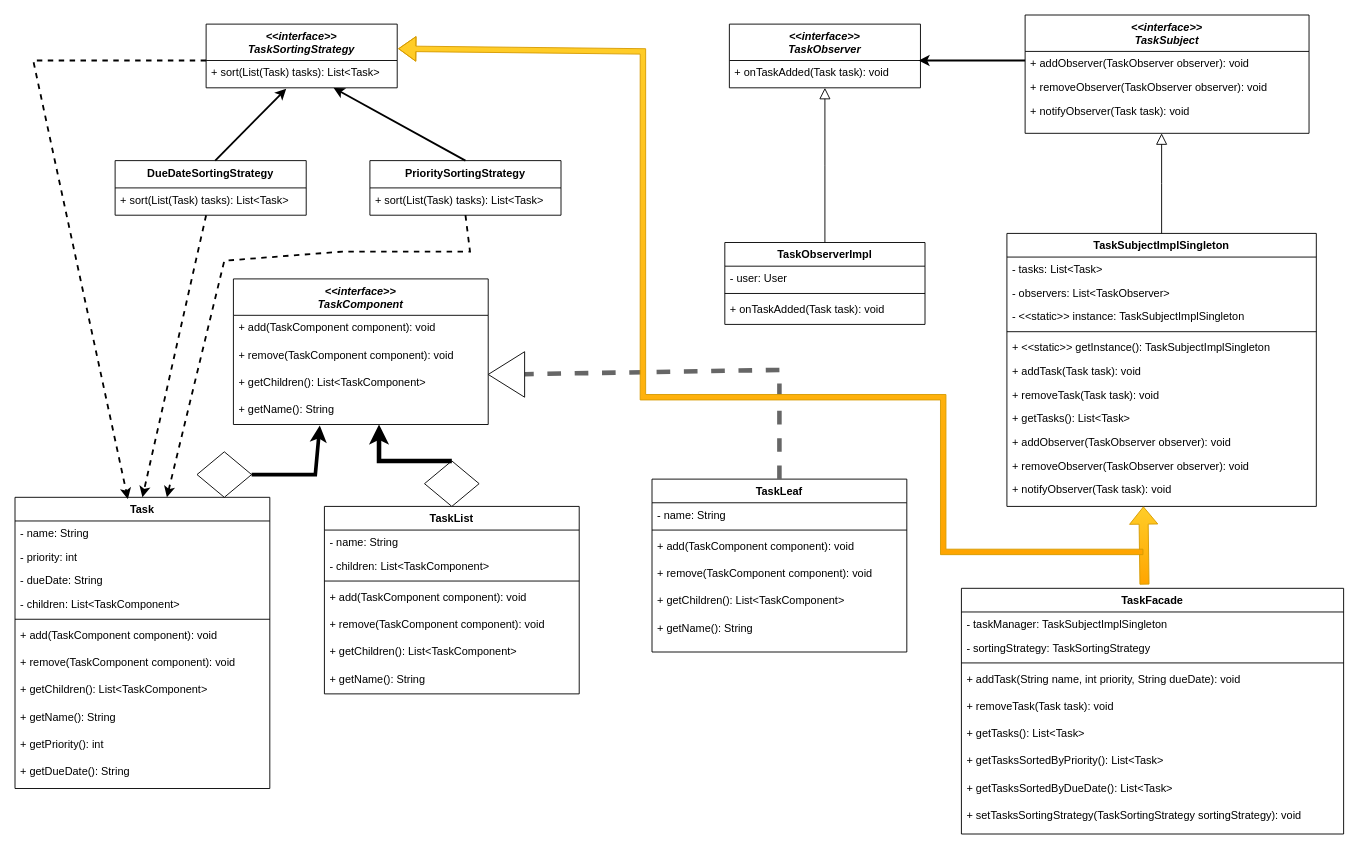
The draw.io diagram Padroes de Projeto/Combining Patterns/UML/Patterns.drawio in SoSoJigsaw/bertoti, before the edit. Source tidied: cells renumbered, new cells numbered last; positions are measured from the earlier drawing's top-left corner, leaving out a move shared by most shapes. Both pictures are drawn from the tidied source at 91%, with x=0, y=0 at pixel (15, 15).
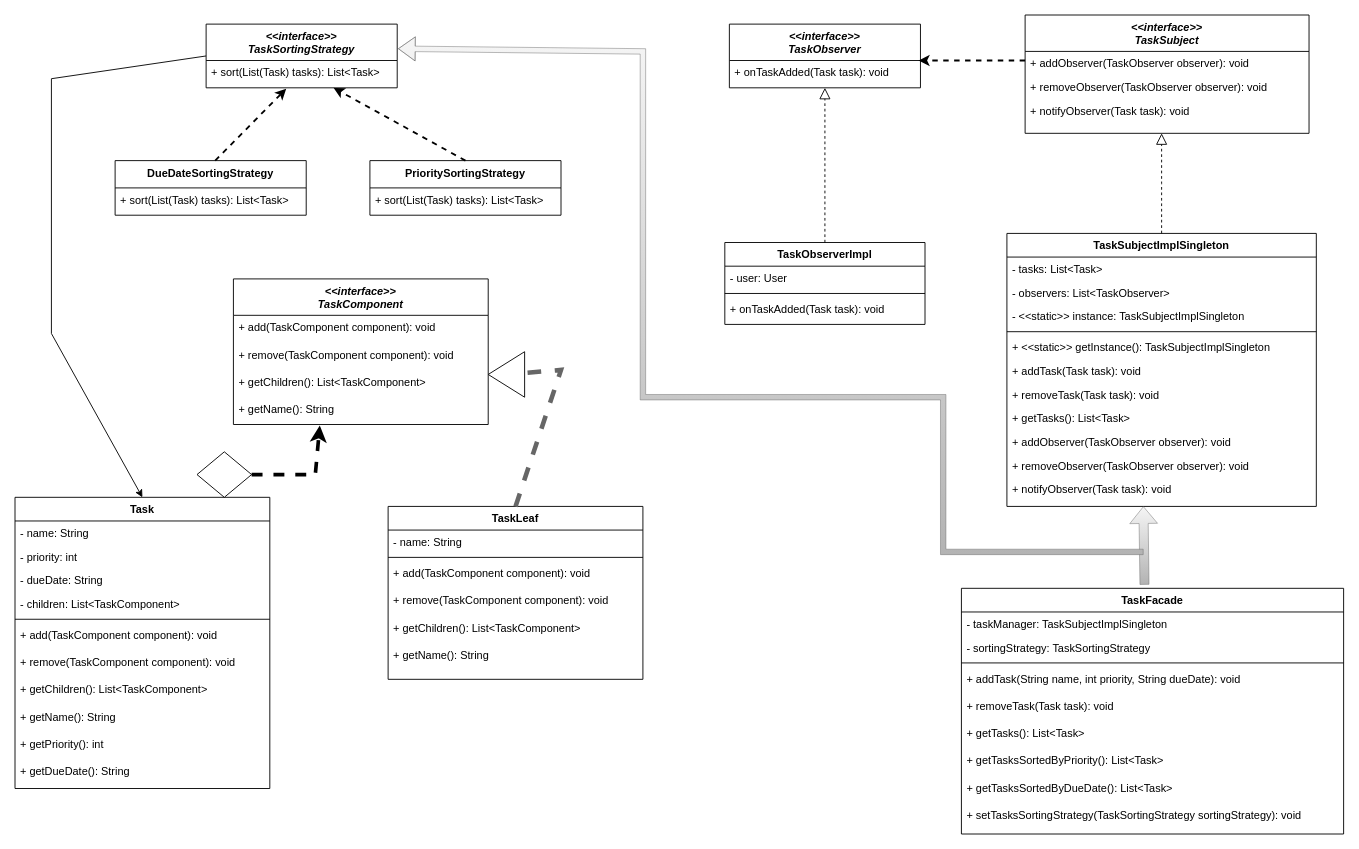
Above is the later version.

The change refers to these unchanged cells:
```xml
<mxCell id="2" value="&lt;&lt;interface&gt;&gt;&#10;TaskObserver&#10;" style="swimlane;fontStyle=3;align=center;verticalAlign=top;horizontal=1;startSize=40;rounded=0;shadow=0;strokeWidth=1;" parent="1" vertex="1">
  <mxGeometry x="785" y="10" width="210" height="70" as="geometry" />
</mxCell>
<mxCell id="3" value="+ onTaskAdded(Task task): void" style="text;align=left;verticalAlign=top;spacingLeft=4;spacingRight=4;overflow=hidden;points=[[0,0.5],[1,0.5]];portConstraint=eastwest;" parent="2" vertex="1">
  <mxGeometry y="40" width="210" height="26" as="geometry" />
</mxCell>
<mxCell id="4" value="TaskObserverImpl" style="swimlane;fontStyle=1;align=center;verticalAlign=top;horizontal=1;startSize=26;rounded=0;shadow=0;strokeWidth=1;" parent="1" vertex="1">
  <mxGeometry x="780" y="250" width="220" height="90" as="geometry" />
</mxCell>
<mxCell id="9" value="TaskSubjectImplSingleton" style="swimlane;fontStyle=1;align=center;verticalAlign=top;horizontal=1;startSize=26;rounded=0;shadow=0;strokeWidth=1;" parent="1" vertex="1">
  <mxGeometry x="1090" y="240" width="340" height="300" as="geometry" />
</mxCell>
<mxCell id="27" value="&lt;&lt;interface&gt;&gt;&#10;TaskSortingStrategy&#10;" style="swimlane;fontStyle=3;align=center;verticalAlign=top;horizontal=1;startSize=40;rounded=0;shadow=0;strokeWidth=1;" parent="1" vertex="1">
  <mxGeometry x="210" y="10" width="210" height="70" as="geometry" />
</mxCell>
<mxCell id="28" value="+ sort(List(Task) tasks): List&lt;Task&gt;" style="text;align=left;verticalAlign=top;spacingLeft=4;spacingRight=4;overflow=hidden;points=[[0,0.5],[1,0.5]];portConstraint=eastwest;" parent="27" vertex="1">
  <mxGeometry y="40" width="210" height="26" as="geometry" />
</mxCell>
<mxCell id="31" value="PrioritySortingStrategy&#10;" style="swimlane;fontStyle=1;align=center;verticalAlign=top;horizontal=1;startSize=30;rounded=0;shadow=0;strokeWidth=1;" parent="1" vertex="1">
  <mxGeometry x="390" y="160" width="210" height="60" as="geometry" />
</mxCell>
<mxCell id="39" value="+ getName(): String" style="text;align=left;verticalAlign=top;spacingLeft=4;spacingRight=4;overflow=hidden;points=[[0,0.5],[1,0.5]];portConstraint=eastwest;" parent="35" vertex="1">
  <mxGeometry y="130" width="280" height="30" as="geometry" />
</mxCell>
<mxCell id="47" value="Task" style="swimlane;fontStyle=1;align=center;verticalAlign=top;horizontal=1;startSize=26;rounded=0;shadow=0;strokeWidth=1;" parent="1" vertex="1">
  <mxGeometry y="530" width="280" height="320" as="geometry" />
</mxCell>
<mxCell id="70" style="rhombus;whiteSpace=wrap;html=1;" parent="1" vertex="1">
  <mxGeometry x="200" y="480" width="60" height="50" as="geometry" />
</mxCell>
<mxCell id="75" style="triangle;whiteSpace=wrap;html=1;rotation=-180;" parent="1" vertex="1">
  <mxGeometry x="520" y="370" width="40" height="50" as="geometry" />
</mxCell>
<mxCell id="76" value="TaskFacade" style="swimlane;fontStyle=1;align=center;verticalAlign=top;horizontal=1;startSize=26;rounded=0;shadow=0;strokeWidth=1;" parent="1" vertex="1">
  <mxGeometry x="1040" y="630" width="420" height="270" as="geometry" />
</mxCell>
```

What changed in the source:
```diff
@@
-    <mxCell id="8" style="endArrow=block;endSize=10;endFill=0;shadow=0;strokeWidth=1;rounded=0;edgeStyle=elbowEdgeStyle;elbow=vertical;" parent="1" edge="1" source="4" target="2">
+    <mxCell id="8" style="endArrow=block;endSize=10;endFill=0;shadow=0;strokeWidth=1;rounded=0;edgeStyle=elbowEdgeStyle;elbow=vertical;dashed=1;" parent="1" edge="1" source="4" target="2">
       <mxGeometry relative="1" as="geometry" />
     </mxCell>
@@
-    <mxCell id="25" style="endArrow=block;endSize=10;endFill=0;shadow=0;strokeWidth=1;rounded=0;edgeStyle=elbowEdgeStyle;elbow=vertical;exitX=0.5;exitY=0;exitDx=0;exitDy=0;" parent="1" edge="1" source="9">
+    <mxCell id="25" style="endArrow=block;endSize=10;endFill=0;shadow=0;strokeWidth=1;rounded=0;edgeStyle=elbowEdgeStyle;elbow=vertical;exitX=0.5;exitY=0;exitDx=0;exitDy=0;dashed=1;" parent="1" edge="1" source="9">
       <mxGeometry relative="1" as="geometry">
         <mxPoint x="1260" y="130" as="targetPoint" />
       </mxGeometry>
     </mxCell>
-    <mxCell id="26" style="endArrow=classic;html=1;rounded=0;entryX=0.99;entryY=0;entryDx=0;entryDy=0;entryPerimeter=0;strokeWidth=2;" parent="1" edge="1" target="3">
+    <mxCell id="26" style="endArrow=classic;html=1;rounded=0;entryX=0.99;entryY=0;entryDx=0;entryDy=0;entryPerimeter=0;strokeWidth=2;dashed=1;" parent="1" edge="1" target="3">
       <mxGeometry relative="1" as="geometry">
         <mxPoint x="1110" y="50" as="sourcePoint" />
       </mxGeometry>
     </mxCell>
@@
-    <mxCell id="33" style="endArrow=classic;html=1;rounded=0;entryX=0.419;entryY=1.192;entryDx=0;entryDy=0;entryPerimeter=0;strokeWidth=2;" parent="1" edge="1" target="28">
+    <mxCell id="33" style="endArrow=classic;html=1;rounded=0;entryX=0.419;entryY=1.192;entryDx=0;entryDy=0;entryPerimeter=0;strokeWidth=2;dashed=1;" parent="1" edge="1" target="28">
       <mxGeometry relative="1" as="geometry">
         <mxPoint x="220" y="160" as="sourcePoint" />
       </mxGeometry>
     </mxCell>
-    <mxCell id="34" style="endArrow=classic;html=1;rounded=0;exitX=0.5;exitY=0;exitDx=0;exitDy=0;strokeWidth=2;" parent="1" edge="1" source="31">
+    <mxCell id="34" style="endArrow=classic;html=1;rounded=0;exitX=0.5;exitY=0;exitDx=0;exitDy=0;strokeWidth=2;dashed=1;" parent="1" edge="1" source="31">
       <mxGeometry relative="1" as="geometry">
         <mxPoint x="350" y="80" as="targetPoint" />
       </mxGeometry>
     </mxCell>
@@
     <mxCell id="40" value="TaskLeaf" style="swimlane;fontStyle=1;align=center;verticalAlign=top;horizontal=1;startSize=26;rounded=0;shadow=0;strokeWidth=1;" parent="1" vertex="1">
-      <mxGeometry x="700" y="510" width="280" height="190" as="geometry" />
+      <mxGeometry x="410" y="540" width="280" height="190" as="geometry" />
     </mxCell>
@@
-    <mxCell id="59" style="endArrow=classic;html=1;rounded=0;exitX=0;exitY=0;exitDx=0;exitDy=0;exitPerimeter=0;entryX=0.443;entryY=0.006;entryDx=0;entryDy=0;entryPerimeter=0;strokeWidth=2;dashed=1;" parent="1" edge="1" source="28" target="47">
-      <mxGeometry relative="1" as="geometry">
-        <Array as="points">
-          <mxPoint x="20" y="50" />
-        </Array>
-      </mxGeometry>
-    </mxCell>
-    <mxCell id="60" style="endArrow=classic;html=1;rounded=0;entryX=0.5;entryY=0;entryDx=0;entryDy=0;strokeWidth=2;dashed=1;" parent="1" edge="1" target="47">
-      <mxGeometry relative="1" as="geometry">
-        <mxPoint x="210" y="220" as="sourcePoint" />
-      </mxGeometry>
-    </mxCell>
-    <mxCell id="61" style="endArrow=classic;html=1;rounded=0;exitX=0.5;exitY=1;exitDx=0;exitDy=0;entryX=0.596;entryY=0;entryDx=0;entryDy=0;entryPerimeter=0;strokeWidth=2;dashed=1;" parent="1" edge="1" source="31" target="47">
-      <mxGeometry relative="1" as="geometry">
-        <Array as="points">
-          <mxPoint x="500" y="260" />
-          <mxPoint x="360" y="260" />
-          <mxPoint x="230" y="270" />
-        </Array>
-      </mxGeometry>
-    </mxCell>
-    <mxCell id="62" value="TaskList" style="swimlane;fontStyle=1;align=center;verticalAlign=top;horizontal=1;startSize=26;rounded=0;shadow=0;strokeWidth=1;" parent="1" vertex="1">
-      <mxGeometry x="340" y="540" width="280" height="206" as="geometry" />
-    </mxCell>
-    <mxCell id="63" value="- name: String" style="text;align=left;verticalAlign=top;spacingLeft=4;spacingRight=4;overflow=hidden;" parent="62" vertex="1">
-      <mxGeometry y="26" width="280" height="26" as="geometry" />
-    </mxCell>
-    <mxCell id="64" value="- children: List&lt;TaskComponent&gt;" style="text;align=left;verticalAlign=top;spacingLeft=4;spacingRight=4;overflow=hidden;" parent="62" vertex="1">
-      <mxGeometry y="52" width="280" height="26" as="geometry" />
-    </mxCell>
-    <mxCell id="65" style="line;html=1;strokeWidth=1;align=left;verticalAlign=middle;spacingTop=-1;spacingLeft=3;spacingRight=3;labelPosition=right;" parent="62" vertex="1">
-      <mxGeometry y="78" width="280" height="8" as="geometry" />
-    </mxCell>
-    <mxCell id="66" value="+ add(TaskComponent component): void" style="text;align=left;verticalAlign=top;spacingLeft=4;spacingRight=4;overflow=hidden;" parent="62" vertex="1">
-      <mxGeometry y="86" width="280" height="30" as="geometry" />
-    </mxCell>
-    <mxCell id="67" value="+ remove(TaskComponent component): void" style="text;align=left;verticalAlign=top;spacingLeft=4;spacingRight=4;overflow=hidden;" parent="62" vertex="1">
-      <mxGeometry y="116" width="280" height="30" as="geometry" />
-    </mxCell>
-    <mxCell id="68" value="+ getChildren(): List&lt;TaskComponent&gt;" style="text;align=left;verticalAlign=top;spacingLeft=4;spacingRight=4;overflow=hidden;" parent="62" vertex="1">
-      <mxGeometry y="146" width="280" height="30" as="geometry" />
-    </mxCell>
-    <mxCell id="69" value="+ getName(): String" style="text;align=left;verticalAlign=top;spacingLeft=4;spacingRight=4;overflow=hidden;" parent="62" vertex="1">
-      <mxGeometry y="176" width="280" height="30" as="geometry" />
-    </mxCell>
@@
-    <mxCell id="71" style="rhombus;whiteSpace=wrap;html=1;" parent="1" vertex="1">
-      <mxGeometry x="450" y="490" width="60" height="50" as="geometry" />
-    </mxCell>
-    <mxCell id="72" style="endArrow=classic;html=1;rounded=0;exitX=1;exitY=0.5;exitDx=0;exitDy=0;entryX=0.339;entryY=1.033;entryDx=0;entryDy=0;entryPerimeter=0;strokeWidth=4;" parent="1" edge="1" source="70" target="39">
+    <mxCell id="72" style="endArrow=classic;html=1;rounded=0;exitX=1;exitY=0.5;exitDx=0;exitDy=0;entryX=0.339;entryY=1.033;entryDx=0;entryDy=0;entryPerimeter=0;strokeWidth=4;dashed=1;" parent="1" edge="1" source="70" target="39">
       <mxGeometry relative="1" as="geometry">
         <Array as="points">
           <mxPoint x="330" y="505" />
         </Array>
       </mxGeometry>
     </mxCell>
-    <mxCell id="73" style="endArrow=classic;html=1;rounded=0;exitX=0.5;exitY=0;exitDx=0;exitDy=0;strokeWidth=5;" parent="1" edge="1" source="71">
-      <mxGeometry relative="1" as="geometry">
-        <mxPoint x="400" y="450" as="targetPoint" />
-        <Array as="points">
-          <mxPoint x="400" y="490" />
-        </Array>
-      </mxGeometry>
-    </mxCell>
     <mxCell id="74" style="endArrow=none;dashed=1;html=1;rounded=0;exitX=0.5;exitY=0;exitDx=0;exitDy=0;strokeWidth=5;fillColor=#f5f5f5;gradientColor=#b3b3b3;strokeColor=#666666;" parent="1" edge="1" source="40" target="75">
       <mxGeometry relative="1" as="geometry">
         <Array as="points">
-          <mxPoint x="840" y="390" />
+          <mxPoint x="600" y="390" />
         </Array>
       </mxGeometry>
     </mxCell>
@@
-    <mxCell id="86" style="shape=flexArrow;endArrow=classic;html=1;rounded=0;exitX=0.479;exitY=-0.015;exitDx=0;exitDy=0;exitPerimeter=0;fillColor=#ffcd28;gradientColor=#ffa500;strokeColor=#d79b00;" parent="1" edge="1" source="76">
+    <mxCell id="86" style="shape=flexArrow;endArrow=classic;html=1;rounded=0;exitX=0.479;exitY=-0.015;exitDx=0;exitDy=0;exitPerimeter=0;fillColor=#f5f5f5;gradientColor=#b3b3b3;strokeColor=#666666;strokeWidth=0.5;" parent="1" edge="1" source="76">
       <mxGeometry relative="1" as="geometry">
         <mxPoint x="1240" y="540" as="targetPoint" />
       </mxGeometry>
     </mxCell>
-    <mxCell id="87" style="shape=flexArrow;endArrow=classic;html=1;rounded=0;fillColor=#ffcd28;gradientColor=#ffa500;strokeColor=#d79b00;width=6;endSize=6;entryX=1.005;entryY=0.386;entryDx=0;entryDy=0;entryPerimeter=0;" parent="1" edge="1" target="27">
+    <mxCell id="87" style="shape=flexArrow;endArrow=classic;html=1;rounded=0;fillColor=#f5f5f5;strokeColor=#666666;width=6;endSize=6;entryX=1.005;entryY=0.386;entryDx=0;entryDy=0;entryPerimeter=0;strokeWidth=0.5;gradientColor=#b3b3b3;" parent="1" edge="1" target="27">
       <mxGeometry relative="1" as="geometry">
         <mxPoint x="1240" y="590" as="sourcePoint" />
         <Array as="points">
           <mxPoint x="1020" y="590" />
           <mxPoint x="1020" y="420" />
           <mxPoint x="690" y="420" />
           <mxPoint x="690" y="40" />
         </Array>
       </mxGeometry>
     </mxCell>
+    <mxCell id="88" style="endArrow=classic;html=1;rounded=0;entryX=0.5;entryY=0;entryDx=0;entryDy=0;exitX=0;exitY=0.5;exitDx=0;exitDy=0;" parent="1" edge="1" source="27" target="47">
+      <mxGeometry relative="1" as="geometry">
+        <Array as="points">
+          <mxPoint x="40" y="70" />
+          <mxPoint x="40" y="350" />
+        </Array>
+      </mxGeometry>
+    </mxCell>
```
